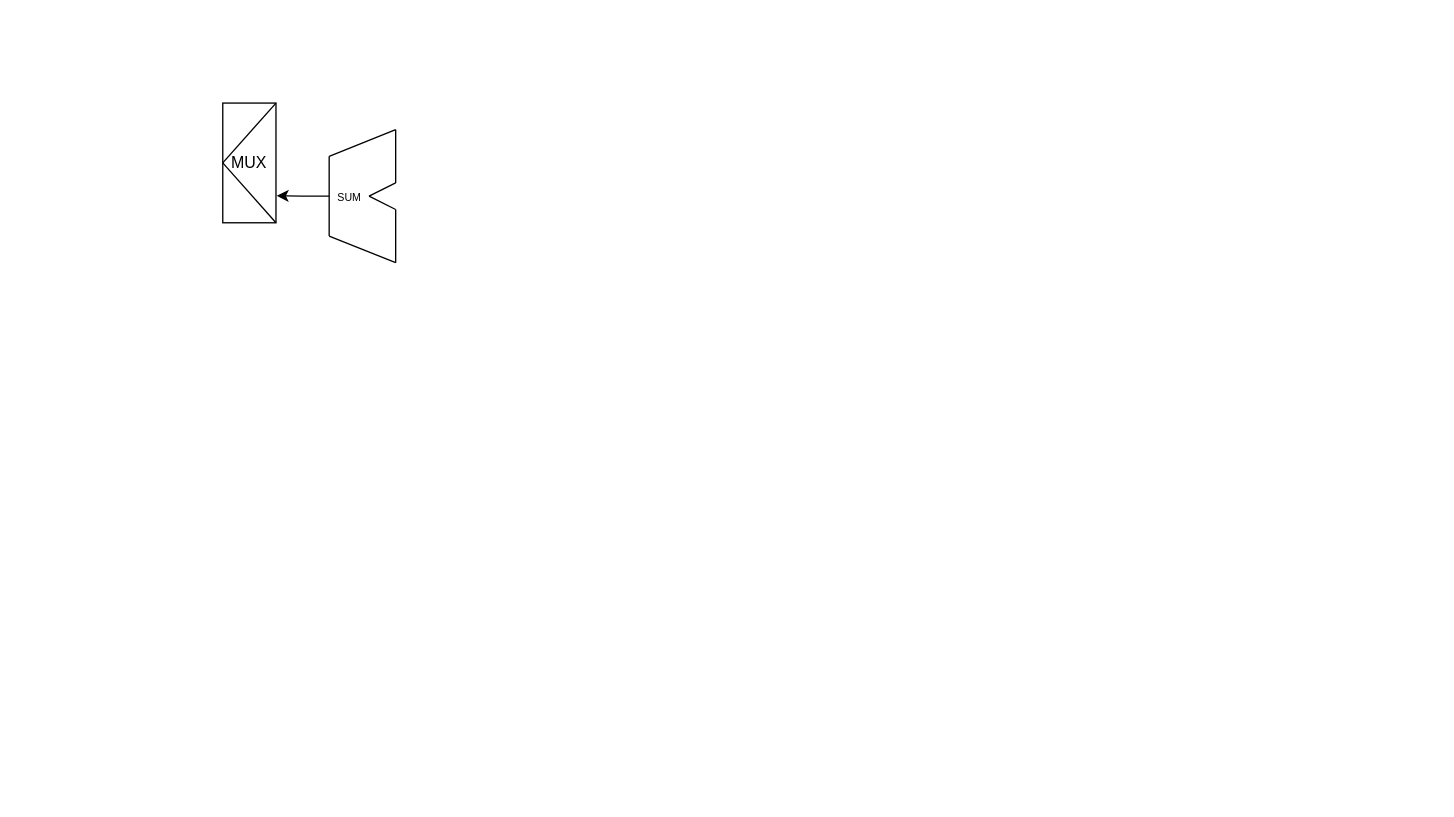
This is doc/caminodatos.drawio from JorNiebla/CPUVerilog, a draw.io file, before an edit. Source tidied: cells renumbered, new cells numbered last; positions are measured from the earlier drawing's top-left corner, leaving out a move shared by most shapes. Both pictures are drawn from the tidied source at 133%, with x=0, y=0 at pixel (222, 102).
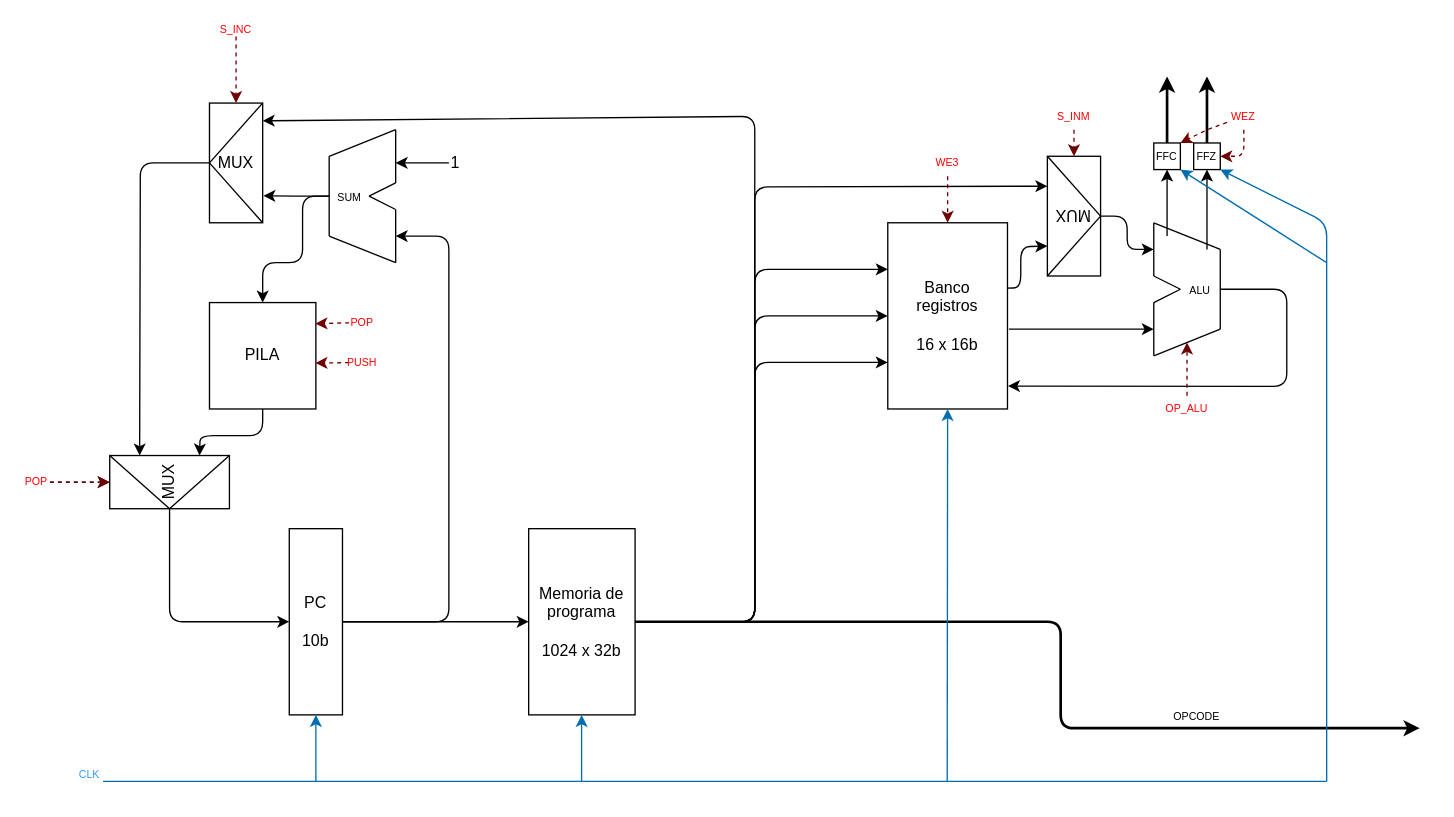
After the change.

Commit message (it also covers changes not shown here):
Esquemas y opcodes terminados

The change refers to these unchanged cells:
```xml
<mxCell id="3" value="MUX" style="rounded=0;whiteSpace=wrap;html=1;" parent="2" vertex="1">
  <mxGeometry width="40" height="90" as="geometry" />
</mxCell>
<mxCell id="14" value="&lt;font style=&quot;font-size: 8px&quot;&gt;SUM&lt;/font&gt;" style="text;html=1;align=center;verticalAlign=middle;points=[];strokeColor=none;fillColor=none;" parent="6" vertex="1">
  <mxGeometry y="40" width="30" height="20" as="geometry" />
</mxCell>
```

What changed in the source:
```diff
@@
     <mxCell id="2" style="group;" parent="1" vertex="1">
-      <mxGeometry width="40" height="90" as="geometry" />
+      <mxGeometry x="-10" width="40" height="90" as="geometry" />
     </mxCell>
@@
+    <mxCell id="16" style="group;rotation=-90;" parent="1" vertex="1">
+      <mxGeometry x="-60" y="240" width="40" height="90" as="geometry" />
+    </mxCell>
+    <mxCell id="17" value="MUX" style="rounded=0;whiteSpace=wrap;html=1;rotation=-90;" parent="16" vertex="1">
+      <mxGeometry width="40" height="90" as="geometry" />
+    </mxCell>
+    <mxCell id="18" style="endArrow=none;html=1;rounded=0;entryX=1;entryY=0;entryDx=0;entryDy=0;exitX=0;exitY=0.5;exitDx=0;exitDy=0;" parent="16" edge="1" source="17" target="17">
+      <mxGeometry relative="1" as="geometry" />
+    </mxCell>
+    <mxCell id="19" style="endArrow=none;html=1;rounded=0;entryX=0;entryY=0.5;entryDx=0;entryDy=0;exitX=1;exitY=1;exitDx=0;exitDy=0;" parent="16" edge="1" source="17" target="17">
+      <mxGeometry relative="1" as="geometry" />
+    </mxCell>
+    <mxCell id="20" style="edgeStyle=none;html=1;entryX=1;entryY=0.25;entryDx=0;entryDy=0;" parent="1" edge="1" source="3" target="17">
+      <mxGeometry relative="1" as="geometry">
+        <Array as="points">
+          <mxPoint x="-62" y="45" />
+        </Array>
+      </mxGeometry>
+    </mxCell>
+    <mxCell id="21" style="edgeStyle=none;html=1;entryX=1;entryY=0.75;entryDx=0;entryDy=0;" parent="1" edge="1" source="22" target="17">
+      <mxGeometry relative="1" as="geometry">
+        <Array as="points">
+          <mxPoint x="30" y="250" />
+          <mxPoint x="-17" y="250" />
+        </Array>
+      </mxGeometry>
+    </mxCell>
+    <mxCell id="22" value="PILA" style="whiteSpace=wrap;html=1;" parent="1" vertex="1">
+      <mxGeometry x="-10" y="150" width="80" height="80" as="geometry" />
+    </mxCell>
+    <mxCell id="23" style="edgeStyle=none;html=1;entryX=0.5;entryY=0;entryDx=0;entryDy=0;" parent="1" edge="1" source="14" target="22">
+      <mxGeometry relative="1" as="geometry">
+        <Array as="points">
+          <mxPoint x="60" y="70" />
+          <mxPoint x="60" y="120" />
+          <mxPoint x="30" y="120" />
+        </Array>
+      </mxGeometry>
+    </mxCell>
+    <mxCell id="24" style="edgeStyle=none;html=1;entryX=0;entryY=0.5;entryDx=0;entryDy=0;" parent="1" edge="1" source="26" target="35">
+      <mxGeometry relative="1" as="geometry" />
+    </mxCell>
+    <mxCell id="25" style="edgeStyle=none;html=1;" parent="1" edge="1" source="26">
+      <mxGeometry relative="1" as="geometry">
+        <mxPoint x="130" y="100" as="targetPoint" />
+        <Array as="points">
+          <mxPoint x="170" y="390" />
+          <mxPoint x="170" y="100" />
+        </Array>
+      </mxGeometry>
+    </mxCell>
+    <mxCell id="26" value="PC&lt;br&gt;&lt;br&gt;10b" style="rounded=0;whiteSpace=wrap;html=1;" parent="1" vertex="1">
+      <mxGeometry x="50" y="320" width="40" height="140" as="geometry" />
+    </mxCell>
+    <mxCell id="27" style="edgeStyle=none;html=1;entryX=0;entryY=0.5;entryDx=0;entryDy=0;" parent="1" edge="1" source="17" target="26">
+      <mxGeometry relative="1" as="geometry">
+        <Array as="points">
+          <mxPoint x="-40" y="390" />
+        </Array>
+      </mxGeometry>
+    </mxCell>
+    <mxCell id="28" style="edgeStyle=none;html=1;entryX=1;entryY=0.148;entryDx=0;entryDy=0;entryPerimeter=0;" parent="1" edge="1" source="35" target="3">
+      <mxGeometry relative="1" as="geometry">
+        <Array as="points">
+          <mxPoint x="400" y="390" />
+          <mxPoint x="400" y="10" />
+        </Array>
+      </mxGeometry>
+    </mxCell>
+    <mxCell id="29" style="edgeStyle=none;html=1;entryX=0;entryY=0.75;entryDx=0;entryDy=0;exitX=1;exitY=0.5;exitDx=0;exitDy=0;" parent="1" edge="1" source="35" target="40">
+      <mxGeometry relative="1" as="geometry">
+        <Array as="points">
+          <mxPoint x="400" y="390" />
+          <mxPoint x="400" y="195" />
+        </Array>
+      </mxGeometry>
+    </mxCell>
+    <mxCell id="30" style="edgeStyle=none;html=1;entryX=0;entryY=0.5;entryDx=0;entryDy=0;exitX=1;exitY=0.5;exitDx=0;exitDy=0;" parent="1" edge="1" source="35" target="40">
+      <mxGeometry relative="1" as="geometry">
+        <Array as="points">
+          <mxPoint x="400" y="390" />
+          <mxPoint x="400" y="160" />
+        </Array>
+      </mxGeometry>
+    </mxCell>
+    <mxCell id="31" style="edgeStyle=none;html=1;entryX=0;entryY=0.25;entryDx=0;entryDy=0;exitX=1;exitY=0.5;exitDx=0;exitDy=0;" parent="1" edge="1" source="35" target="40">
+      <mxGeometry relative="1" as="geometry">
+        <Array as="points">
+          <mxPoint x="400" y="390" />
+          <mxPoint x="400" y="125" />
+        </Array>
+      </mxGeometry>
+    </mxCell>
+    <mxCell id="32" style="edgeStyle=none;html=1;entryX=1;entryY=0.75;entryDx=0;entryDy=0;exitX=1;exitY=0.5;exitDx=0;exitDy=0;" parent="1" edge="1" source="35" target="42">
+      <mxGeometry relative="1" as="geometry">
+        <Array as="points">
+          <mxPoint x="400" y="390" />
+          <mxPoint x="400" y="63" />
+        </Array>
+      </mxGeometry>
+    </mxCell>
+    <mxCell id="33" style="edgeStyle=none;html=1;fontSize=8;fontColor=#FF0000;strokeWidth=2;" parent="1" edge="1" source="35">
+      <mxGeometry relative="1" as="geometry">
+        <mxPoint x="900" y="470" as="targetPoint" />
+        <Array as="points">
+          <mxPoint x="630" y="390" />
+          <mxPoint x="630" y="470" />
+        </Array>
+      </mxGeometry>
+    </mxCell>
+    <mxCell id="34" value="&lt;font&gt;OPCODE&lt;/font&gt;" style="edgeLabel;html=1;align=center;verticalAlign=middle;fontSize=8;fontColor=default;" parent="33" vertex="1">
+      <mxGeometry x="0.5" y="3" relative="1" as="geometry">
+        <mxPoint x="-2" y="-7" as="offset" />
+      </mxGeometry>
+    </mxCell>
+    <mxCell id="35" value="Memoria de programa&lt;br&gt;&lt;br&gt;1024 x 32b" style="rounded=0;whiteSpace=wrap;html=1;" parent="1" vertex="1">
+      <mxGeometry x="230" y="320" width="80" height="140" as="geometry" />
+    </mxCell>
+    <mxCell id="36" style="edgeStyle=none;html=1;exitX=0;exitY=0.5;exitDx=0;exitDy=0;" parent="1" edge="1" source="37">
+      <mxGeometry relative="1" as="geometry">
+        <mxPoint x="130" y="45" as="targetPoint" />
+      </mxGeometry>
+    </mxCell>
+    <mxCell id="37" value="1" style="text;html=1;strokeColor=none;fillColor=none;align=center;verticalAlign=middle;whiteSpace=wrap;rounded=0;" parent="1" vertex="1">
+      <mxGeometry x="170" y="30" width="10" height="30" as="geometry" />
+    </mxCell>
+    <mxCell id="38" style="edgeStyle=none;html=1;entryX=1;entryY=0.25;entryDx=0;entryDy=0;exitX=0.991;exitY=0.351;exitDx=0;exitDy=0;exitPerimeter=0;" parent="1" edge="1" source="40" target="42">
+      <mxGeometry relative="1" as="geometry">
+        <Array as="points">
+          <mxPoint x="600" y="139" />
+          <mxPoint x="600" y="108" />
+        </Array>
+      </mxGeometry>
+    </mxCell>
+    <mxCell id="39" style="edgeStyle=none;html=1;fontSize=8;exitX=1.012;exitY=0.571;exitDx=0;exitDy=0;exitPerimeter=0;" parent="1" edge="1" source="40">
+      <mxGeometry relative="1" as="geometry">
+        <mxPoint x="700" y="170" as="targetPoint" />
+        <Array as="points">
+          <mxPoint x="650" y="170" />
+        </Array>
+      </mxGeometry>
+    </mxCell>
+    <mxCell id="40" value="Banco&lt;br&gt;registros&lt;br&gt;&lt;br&gt;16 x 16b" style="rounded=0;whiteSpace=wrap;html=1;" parent="1" vertex="1">
+      <mxGeometry x="500" y="90" width="90" height="140" as="geometry" />
+    </mxCell>
+    <mxCell id="41" style="group;rotation=-180;" parent="1" vertex="1">
+      <mxGeometry x="620" y="40" width="40" height="90" as="geometry" />
+    </mxCell>
+    <mxCell id="42" value="MUX" style="rounded=0;whiteSpace=wrap;html=1;rotation=-180;" parent="41" vertex="1">
+      <mxGeometry width="40" height="90" as="geometry" />
+    </mxCell>
+    <mxCell id="43" style="endArrow=none;html=1;rounded=0;entryX=1;entryY=0;entryDx=0;entryDy=0;exitX=0;exitY=0.5;exitDx=0;exitDy=0;" parent="41" edge="1" source="42" target="42">
+      <mxGeometry relative="1" as="geometry" />
+    </mxCell>
+    <mxCell id="44" style="endArrow=none;html=1;rounded=0;entryX=0;entryY=0.5;entryDx=0;entryDy=0;exitX=1;exitY=1;exitDx=0;exitDy=0;" parent="41" edge="1" source="42" target="42">
+      <mxGeometry relative="1" as="geometry" />
+    </mxCell>
+    <mxCell id="45" style="group;" parent="1" vertex="1">
+      <mxGeometry x="700" y="90" width="50" height="100" as="geometry" />
+    </mxCell>
+    <mxCell id="46" style="endArrow=none;html=1;" parent="45" edge="1">
+      <mxGeometry relative="1" as="geometry">
+        <mxPoint y="40" as="sourcePoint" />
+        <mxPoint as="targetPoint" />
+        <Array as="points">
+          <mxPoint y="20" />
+        </Array>
+      </mxGeometry>
+    </mxCell>
+    <mxCell id="47" style="endArrow=none;html=1;" parent="45" edge="1">
+      <mxGeometry relative="1" as="geometry">
+        <mxPoint y="100" as="sourcePoint" />
+        <mxPoint y="60" as="targetPoint" />
+        <Array as="points">
+          <mxPoint y="80" />
+        </Array>
+      </mxGeometry>
+    </mxCell>
+    <mxCell id="48" style="endArrow=none;html=1;" parent="45" edge="1">
+      <mxGeometry relative="1" as="geometry">
+        <mxPoint x="20" y="50" as="sourcePoint" />
+        <mxPoint y="40" as="targetPoint" />
+      </mxGeometry>
+    </mxCell>
+    <mxCell id="49" style="endArrow=none;html=1;" parent="45" edge="1">
+      <mxGeometry relative="1" as="geometry">
+        <mxPoint x="20" y="50" as="sourcePoint" />
+        <mxPoint y="60" as="targetPoint" />
+      </mxGeometry>
+    </mxCell>
+    <mxCell id="50" style="endArrow=none;html=1;" parent="45" edge="1">
+      <mxGeometry relative="1" as="geometry">
+        <mxPoint x="50" y="20" as="sourcePoint" />
+        <mxPoint as="targetPoint" />
+      </mxGeometry>
+    </mxCell>
+    <mxCell id="51" style="endArrow=none;html=1;" parent="45" edge="1">
+      <mxGeometry relative="1" as="geometry">
+        <mxPoint x="50" y="80" as="sourcePoint" />
+        <mxPoint y="100" as="targetPoint" />
+      </mxGeometry>
+    </mxCell>
+    <mxCell id="52" style="endArrow=none;html=1;" parent="45" edge="1">
+      <mxGeometry relative="1" as="geometry">
+        <mxPoint x="50" y="80" as="sourcePoint" />
+        <mxPoint x="50" y="20" as="targetPoint" />
+      </mxGeometry>
+    </mxCell>
+    <mxCell id="53" value="&lt;font style=&quot;font-size: 8px&quot;&gt;ALU&lt;/font&gt;" style="text;html=1;strokeColor=none;fillColor=none;align=center;verticalAlign=middle;whiteSpace=wrap;rounded=0;" parent="45" vertex="1">
+      <mxGeometry x="20" y="42.5" width="30" height="15" as="geometry" />
+    </mxCell>
+    <mxCell id="54" style="edgeStyle=none;html=1;fontSize=8;exitX=0;exitY=0.5;exitDx=0;exitDy=0;" parent="1" edge="1" source="42">
+      <mxGeometry relative="1" as="geometry">
+        <mxPoint x="700" y="110" as="targetPoint" />
+        <Array as="points">
+          <mxPoint x="680" y="85" />
+          <mxPoint x="680" y="110" />
+        </Array>
+      </mxGeometry>
+    </mxCell>
+    <mxCell id="55" style="edgeStyle=none;html=1;entryX=1.004;entryY=0.877;entryDx=0;entryDy=0;entryPerimeter=0;fontSize=8;" parent="1" edge="1" source="53" target="40">
+      <mxGeometry relative="1" as="geometry">
+        <Array as="points">
+          <mxPoint x="800" y="140" />
+          <mxPoint x="800" y="213" />
+        </Array>
+      </mxGeometry>
+    </mxCell>
+    <mxCell id="56" style="edgeStyle=none;html=1;fontSize=8;fontColor=#FF0000;strokeWidth=2;" parent="1" edge="1" source="57">
+      <mxGeometry relative="1" as="geometry">
+        <mxPoint x="740" y="-20" as="targetPoint" />
+      </mxGeometry>
+    </mxCell>
+    <mxCell id="57" value="FFZ" style="whiteSpace=wrap;html=1;fontSize=8;" parent="1" vertex="1">
+      <mxGeometry x="730" y="30" width="20" height="20" as="geometry" />
+    </mxCell>
+    <mxCell id="58" style="edgeStyle=none;html=1;fontSize=8;fontColor=#FF0000;strokeWidth=2;" parent="1" edge="1" source="59">
+      <mxGeometry relative="1" as="geometry">
+        <mxPoint x="710" y="-20" as="targetPoint" />
+      </mxGeometry>
+    </mxCell>
+    <mxCell id="59" value="FFC" style="whiteSpace=wrap;html=1;fontSize=8;" parent="1" vertex="1">
+      <mxGeometry x="700" y="30" width="20" height="20" as="geometry" />
+    </mxCell>
+    <mxCell id="60" style="endArrow=classic;html=1;fontSize=8;entryX=0.5;entryY=1;entryDx=0;entryDy=0;" parent="1" edge="1" target="57">
+      <mxGeometry relative="1" as="geometry">
+        <mxPoint x="740" y="110" as="sourcePoint" />
+      </mxGeometry>
+    </mxCell>
+    <mxCell id="61" style="endArrow=classic;html=1;fontSize=8;" parent="1" edge="1">
+      <mxGeometry relative="1" as="geometry">
+        <mxPoint x="710" y="100" as="sourcePoint" />
+        <mxPoint x="710" y="50" as="targetPoint" />
+      </mxGeometry>
+    </mxCell>
+    <mxCell id="62" style="endArrow=none;html=1;fontSize=8;fillColor=#1ba1e2;strokeColor=#006EAF;" parent="1" edge="1">
+      <mxGeometry relative="1" as="geometry">
+        <mxPoint x="-90" y="510" as="sourcePoint" />
+        <mxPoint x="830" y="510" as="targetPoint" />
+      </mxGeometry>
+    </mxCell>
+    <mxCell id="63" style="endArrow=classic;html=1;fontSize=8;fillColor=#1ba1e2;strokeColor=#006EAF;entryX=0.5;entryY=1;entryDx=0;entryDy=0;" parent="1" edge="1" target="26">
+      <mxGeometry relative="1" as="geometry">
+        <mxPoint x="70" y="510" as="sourcePoint" />
+      </mxGeometry>
+    </mxCell>
+    <mxCell id="64" style="endArrow=classic;html=1;fontSize=8;fillColor=#1ba1e2;strokeColor=#006EAF;entryX=0.5;entryY=1;entryDx=0;entryDy=0;" parent="1" edge="1">
+      <mxGeometry relative="1" as="geometry">
+        <mxPoint x="269.8" y="510" as="sourcePoint" />
+        <mxPoint x="269.8" y="460" as="targetPoint" />
+      </mxGeometry>
+    </mxCell>
+    <mxCell id="65" style="endArrow=classic;html=1;fontSize=8;fillColor=#1ba1e2;strokeColor=#006EAF;entryX=0.5;entryY=1;entryDx=0;entryDy=0;" parent="1" edge="1" target="40">
+      <mxGeometry relative="1" as="geometry">
+        <mxPoint x="544.7" y="510" as="sourcePoint" />
+      </mxGeometry>
+    </mxCell>
+    <mxCell id="66" style="endArrow=classic;html=1;fontSize=8;fillColor=#1ba1e2;strokeColor=#006EAF;entryX=1;entryY=1;entryDx=0;entryDy=0;" parent="1" edge="1" target="57">
+      <mxGeometry relative="1" as="geometry">
+        <mxPoint x="830" y="510" as="sourcePoint" />
+        <Array as="points">
+          <mxPoint x="830" y="90" />
+        </Array>
+      </mxGeometry>
+    </mxCell>
+    <mxCell id="67" style="endArrow=classic;html=1;fontSize=8;entryX=1;entryY=1;entryDx=0;entryDy=0;fillColor=#1ba1e2;strokeColor=#006EAF;" parent="1" edge="1" target="59">
+      <mxGeometry relative="1" as="geometry">
+        <mxPoint x="830" y="120" as="sourcePoint" />
+      </mxGeometry>
+    </mxCell>
+    <mxCell id="68" value="&lt;font color=&quot;#3399ff&quot;&gt;CLK&lt;/font&gt;" style="text;html=1;strokeColor=none;fillColor=none;align=center;verticalAlign=middle;whiteSpace=wrap;rounded=0;fontSize=8;" parent="1" vertex="1">
+      <mxGeometry x="-130" y="490" width="60" height="30" as="geometry" />
+    </mxCell>
+    <mxCell id="69" style="edgeStyle=none;html=1;entryX=0.5;entryY=0;entryDx=0;entryDy=0;dashed=1;fontSize=8;fontColor=#FF0000;fillColor=#a20025;strokeColor=#6F0000;" parent="1" edge="1" source="70" target="3">
+      <mxGeometry relative="1" as="geometry" />
+    </mxCell>
+    <mxCell id="70" value="&lt;font color=&quot;#ff0000&quot;&gt;S_INC&lt;/font&gt;" style="text;html=1;strokeColor=none;fillColor=none;align=center;verticalAlign=middle;whiteSpace=wrap;rounded=0;fontSize=8;fontColor=#3399FF;" parent="1" vertex="1">
+      <mxGeometry x="-20" y="-60" width="60" height="10" as="geometry" />
+    </mxCell>
+    <mxCell id="71" style="edgeStyle=none;html=1;entryX=0.5;entryY=0;entryDx=0;entryDy=0;dashed=1;fontSize=8;fontColor=#FF0000;" parent="1" edge="1" source="73" target="17">
+      <mxGeometry relative="1" as="geometry" />
+    </mxCell>
+    <mxCell id="72" style="edgeStyle=none;html=1;dashed=1;fontSize=8;fontColor=#FF0000;fillColor=#a20025;strokeColor=#6F0000;" parent="1" edge="1" source="73" target="17">
+      <mxGeometry relative="1" as="geometry" />
+    </mxCell>
+    <mxCell id="73" value="POP" style="text;html=1;strokeColor=none;fillColor=none;align=center;verticalAlign=middle;whiteSpace=wrap;rounded=0;fontSize=8;fontColor=#FF0000;" parent="1" vertex="1">
+      <mxGeometry x="-150" y="270" width="20" height="30" as="geometry" />
+    </mxCell>
+    <mxCell id="74" style="edgeStyle=none;html=1;entryX=0.996;entryY=0.198;entryDx=0;entryDy=0;entryPerimeter=0;dashed=1;fontSize=8;fontColor=#FF0000;fillColor=#a20025;strokeColor=#6F0000;" parent="1" edge="1" source="75" target="22">
+      <mxGeometry relative="1" as="geometry" />
+    </mxCell>
+    <mxCell id="75" value="POP" style="text;html=1;strokeColor=none;fillColor=none;align=center;verticalAlign=middle;whiteSpace=wrap;rounded=0;fontSize=8;fontColor=#FF0000;" parent="1" vertex="1">
+      <mxGeometry x="95" y="150" width="20" height="30" as="geometry" />
+    </mxCell>
+    <mxCell id="76" style="edgeStyle=none;html=1;entryX=0.996;entryY=0.569;entryDx=0;entryDy=0;entryPerimeter=0;dashed=1;fontSize=8;fontColor=#FF0000;fillColor=#a20025;strokeColor=#6F0000;" parent="1" edge="1" source="77" target="22">
+      <mxGeometry relative="1" as="geometry" />
+    </mxCell>
+    <mxCell id="77" value="PUSH" style="text;html=1;strokeColor=none;fillColor=none;align=center;verticalAlign=middle;whiteSpace=wrap;rounded=0;fontSize=8;fontColor=#FF0000;" parent="1" vertex="1">
+      <mxGeometry x="95" y="180" width="20" height="30" as="geometry" />
+    </mxCell>
+    <mxCell id="78" style="edgeStyle=none;html=1;dashed=1;fontSize=8;fontColor=#FF0000;fillColor=#a20025;strokeColor=#6F0000;" parent="1" edge="1" source="79" target="42">
+      <mxGeometry relative="1" as="geometry" />
+    </mxCell>
+    <mxCell id="79" value="S_INM" style="text;html=1;strokeColor=none;fillColor=none;align=center;verticalAlign=middle;whiteSpace=wrap;rounded=0;fontSize=8;fontColor=#FF0000;" parent="1" vertex="1">
+      <mxGeometry x="610" width="60" height="20" as="geometry" />
+    </mxCell>
+    <mxCell id="80" style="edgeStyle=none;html=1;dashed=1;fontSize=8;fontColor=#FF0000;fillColor=#a20025;strokeColor=#6F0000;" parent="1" edge="1" source="81" target="40">
+      <mxGeometry relative="1" as="geometry" />
+    </mxCell>
+    <mxCell id="81" value="WE3" style="text;html=1;strokeColor=none;fillColor=none;align=center;verticalAlign=middle;whiteSpace=wrap;rounded=0;fontSize=8;fontColor=#FF0000;" parent="1" vertex="1">
+      <mxGeometry x="515" y="35" width="60" height="20" as="geometry" />
+    </mxCell>
+    <mxCell id="82" style="edgeStyle=none;html=1;dashed=1;fontSize=8;fontColor=#FF0000;fillColor=#a20025;strokeColor=#6F0000;" parent="1" edge="1" source="83">
+      <mxGeometry relative="1" as="geometry">
+        <mxPoint x="725" y="180" as="targetPoint" />
+      </mxGeometry>
+    </mxCell>
+    <mxCell id="83" value="OP_ALU" style="text;html=1;strokeColor=none;fillColor=none;align=center;verticalAlign=middle;whiteSpace=wrap;rounded=0;fontSize=8;fontColor=#FF0000;" parent="1" vertex="1">
+      <mxGeometry x="695" y="220" width="60" height="20" as="geometry" />
+    </mxCell>
+    <mxCell id="84" style="edgeStyle=none;html=1;entryX=1;entryY=0.5;entryDx=0;entryDy=0;dashed=1;fontSize=8;fontColor=#FF0000;fillColor=#a20025;strokeColor=#6F0000;" parent="1" edge="1" source="86" target="57">
+      <mxGeometry relative="1" as="geometry">
+        <Array as="points">
+          <mxPoint x="768" y="40" />
+        </Array>
+      </mxGeometry>
+    </mxCell>
+    <mxCell id="85" style="edgeStyle=none;html=1;dashed=1;fontSize=8;fontColor=#FF0000;fillColor=#a20025;strokeColor=#6F0000;" parent="1" edge="1" source="86">
+      <mxGeometry relative="1" as="geometry">
+        <mxPoint x="720" y="30" as="targetPoint" />
+        <Array as="points">
+          <mxPoint x="740" y="20" />
+          <mxPoint x="720" y="30" />
+        </Array>
+      </mxGeometry>
+    </mxCell>
+    <mxCell id="86" value="WEZ" style="text;html=1;strokeColor=none;fillColor=none;align=center;verticalAlign=middle;whiteSpace=wrap;rounded=0;fontSize=8;fontColor=#FF0000;" parent="1" vertex="1">
+      <mxGeometry x="755" width="25" height="20" as="geometry" />
+    </mxCell>
```
